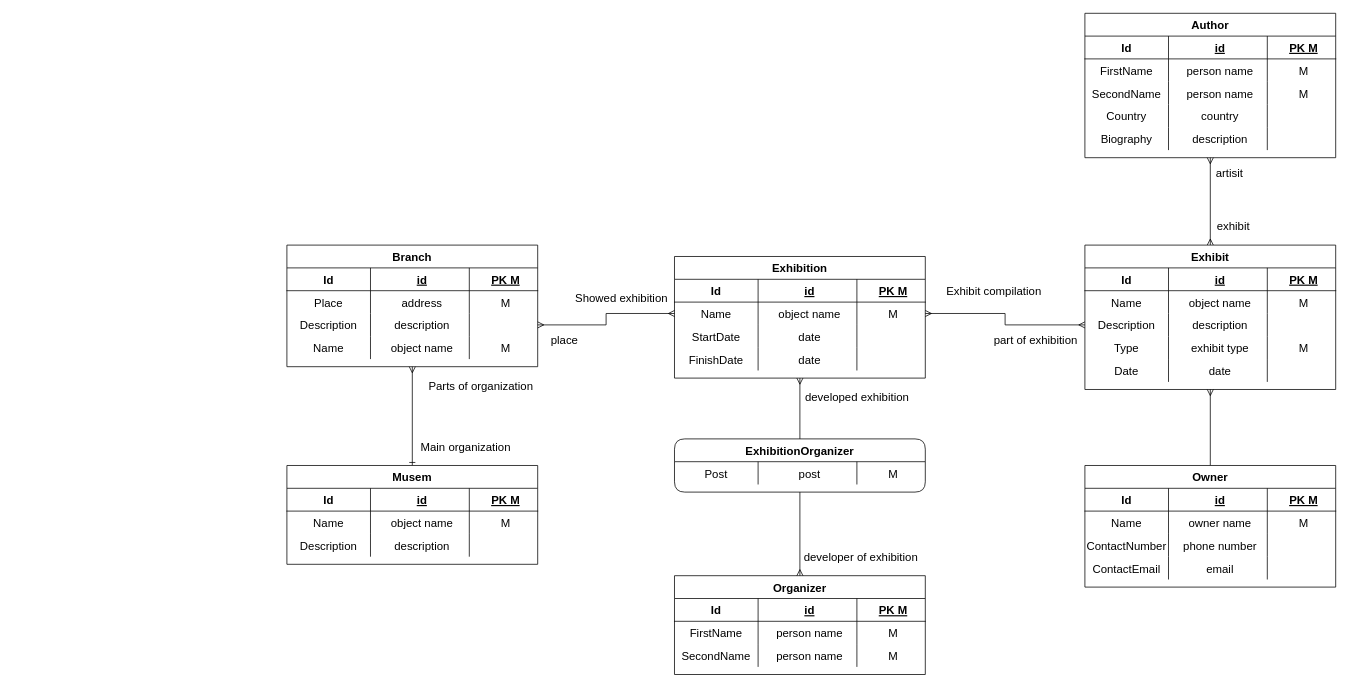
Earlier version of the draw.io diagram Musem.drawio (sergalb/db-musem-project). Source tidied: cells renumbered, new cells numbered last; positions are measured from the earlier drawing's top-left corner, leaving out a move shared by most shapes. Both pictures are drawn from the tidied source at 76%, with x=0, y=0 at pixel (287, 13).
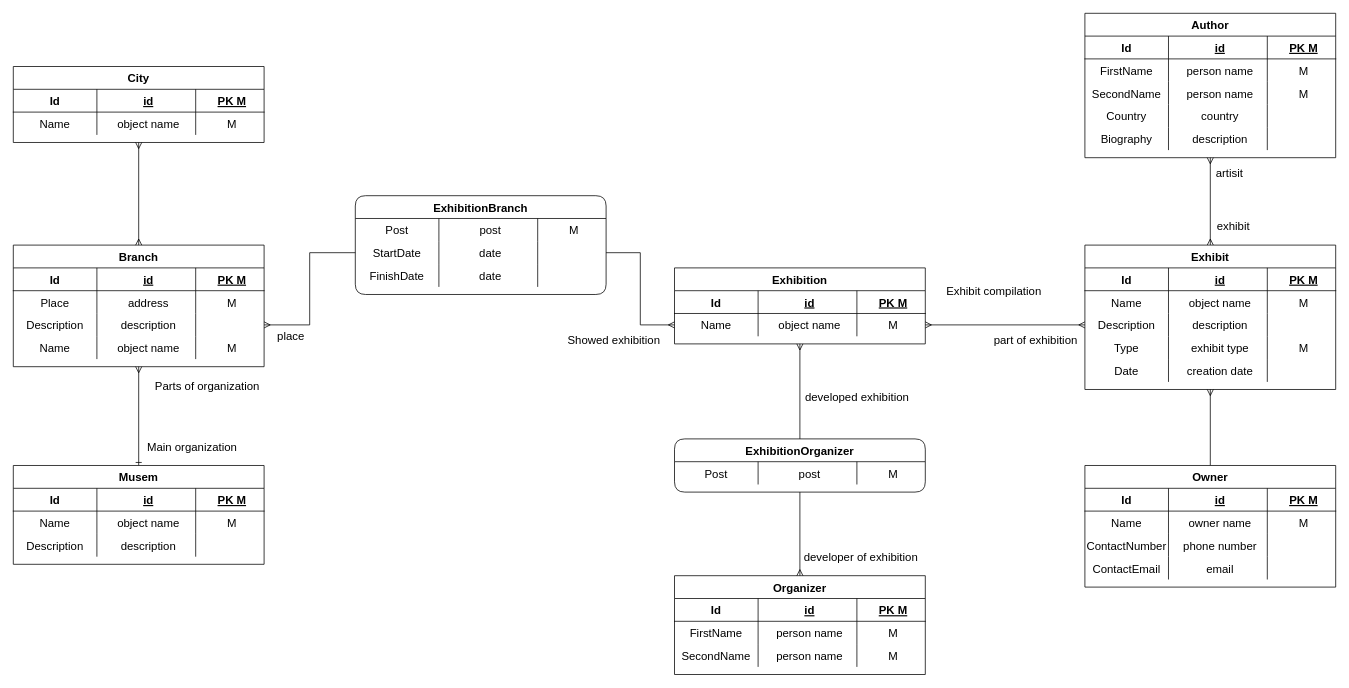
After the change.

The change refers to these unchanged cells:
```xml
<mxCell id="25" style="shape=partialRectangle;fillColor=none;top=0;left=0;bottom=0;right=0;points=[[0,0.5],[1,0.5]];portConstraint=eastwest;align=center;fontSize=15;" parent="16" vertex="1">
  <mxGeometry y="90" width="330" height="30" as="geometry" />
</mxCell>
<mxCell id="51" style="shape=partialRectangle;fillColor=none;top=0;left=0;bottom=0;right=0;align=center;fontSize=15;" parent="34" vertex="1">
  <mxGeometry y="150" width="330" height="30" as="geometry" />
</mxCell>
<mxCell id="94" style="shape=partialRectangle;fillColor=none;top=0;left=0;bottom=0;right=0;points=[[0,0.5],[1,0.5]];portConstraint=eastwest;align=center;fontSize=15;" parent="89" vertex="1">
  <mxGeometry y="60" width="330" height="30" as="geometry" />
</mxCell>
```

Diff of the diagram source:
```diff
@@
     <mxCell id="3" value="Musem" style="shape=table;startSize=30;childLayout=tableLayout;rowLines=0;fontStyle=1;align=center;fontSize=15;" parent="1" vertex="1">
-      <mxGeometry y="595" width="330" height="130" as="geometry" />
+      <mxGeometry x="-360" y="595" width="330" height="130" as="geometry" />
     </mxCell>
@@
     <mxCell id="16" value="Branch" style="shape=table;startSize=30;childLayout=tableLayout;rowLines=0;fontStyle=1;align=center;fontSize=15;" parent="1" vertex="1">
-      <mxGeometry y="305" width="330" height="160" as="geometry" />
+      <mxGeometry x="-360" y="305" width="330" height="160" as="geometry" />
     </mxCell>
@@
-    <mxCell id="53" value="date" style="shape=partialRectangle;fillColor=none;top=0;left=0;bottom=0;right=0;align=center;spacingLeft=6;overflow=hidden;fontSize=15;" parent="51" vertex="1">
+    <mxCell id="53" value="creation date" style="shape=partialRectangle;fillColor=none;top=0;left=0;bottom=0;right=0;align=center;spacingLeft=6;overflow=hidden;fontSize=15;" parent="51" vertex="1">
       <mxGeometry x="110" width="130" height="30" as="geometry" />
     </mxCell>
@@
     <mxCell id="89" value="Exhibition" style="shape=table;startSize=30;childLayout=tableLayout;rowLines=0;fontStyle=1;align=center;fontSize=15;" parent="1" vertex="1">
-      <mxGeometry x="510" y="320" width="330" height="160" as="geometry" />
+      <mxGeometry x="510" y="335" width="330" height="100" as="geometry" />
     </mxCell>
@@
-    <mxCell id="98" style="shape=partialRectangle;fillColor=none;top=0;left=0;bottom=0;right=0;align=center;fontSize=15;" parent="89" vertex="1">
-      <mxGeometry y="90" width="330" height="30" as="geometry" />
-    </mxCell>
-    <mxCell id="99" value="StartDate" style="shape=partialRectangle;fillColor=none;top=0;left=0;bottom=0;right=0;overflow=hidden;align=center;fontSize=15;" parent="98" vertex="1">
-      <mxGeometry width="110" height="30" as="geometry" />
-    </mxCell>
-    <mxCell id="100" value="date" style="shape=partialRectangle;fillColor=none;top=0;left=0;bottom=0;right=0;align=center;spacingLeft=6;overflow=hidden;fontSize=15;" parent="98" vertex="1">
-      <mxGeometry x="110" width="130" height="30" as="geometry" />
-    </mxCell>
-    <mxCell id="101" style="shape=partialRectangle;fillColor=none;top=0;left=0;bottom=0;right=0;align=center;spacingLeft=6;overflow=hidden;fontSize=15;" parent="98" vertex="1">
-      <mxGeometry x="240" width="90" height="30" as="geometry" />
-    </mxCell>
-    <mxCell id="102" style="shape=partialRectangle;fillColor=none;top=0;left=0;bottom=0;right=0;align=center;fontSize=15;" parent="89" vertex="1">
-      <mxGeometry y="120" width="330" height="30" as="geometry" />
-    </mxCell>
-    <mxCell id="103" value="FinishDate" style="shape=partialRectangle;fillColor=none;top=0;left=0;bottom=0;right=0;overflow=hidden;align=center;fontSize=15;" parent="102" vertex="1">
-      <mxGeometry width="110" height="30" as="geometry" />
-    </mxCell>
-    <mxCell id="104" value="date" style="shape=partialRectangle;fillColor=none;top=0;left=0;bottom=0;right=0;align=center;spacingLeft=6;overflow=hidden;fontSize=15;" parent="102" vertex="1">
-      <mxGeometry x="110" width="130" height="30" as="geometry" />
-    </mxCell>
-    <mxCell id="105" style="shape=partialRectangle;fillColor=none;top=0;left=0;bottom=0;right=0;align=center;spacingLeft=6;overflow=hidden;fontSize=15;" parent="102" vertex="1">
-      <mxGeometry x="240" width="90" height="30" as="geometry" />
-    </mxCell>
@@
     <mxCell id="107" value="Main organization" style="text;html=1;align=center;verticalAlign=middle;fillColor=none;strokeColor=none;rounded=0;fontSize=15;" parent="1" vertex="1">
-      <mxGeometry x="170" y="560" width="130" height="20" as="geometry" />
+      <mxGeometry x="-190" y="560" width="130" height="20" as="geometry" />
     </mxCell>
     <mxCell id="108" value="Parts of organization" style="text;html=1;align=center;verticalAlign=middle;fillColor=none;strokeColor=none;rounded=0;fontSize=15;" parent="1" vertex="1">
-      <mxGeometry x="180" y="480" width="150" height="20" as="geometry" />
+      <mxGeometry x="-180" y="480" width="150" height="20" as="geometry" />
     </mxCell>
     <mxCell id="109" value="place" style="text;html=1;align=center;verticalAlign=middle;fillColor=none;strokeColor=none;rounded=0;fontSize=15;" parent="1" vertex="1">
-      <mxGeometry x="340" y="420" width="50" height="20" as="geometry" />
+      <mxGeometry x="-20" y="415" width="50" height="20" as="geometry" />
     </mxCell>
     <mxCell id="110" value="&lt;font style=&quot;font-size: 15px;&quot;&gt;Showed exhibition&lt;/font&gt;" style="text;html=1;align=center;verticalAlign=middle;fillColor=none;strokeColor=none;rounded=0;fontSize=15;" parent="1" vertex="1">
-      <mxGeometry x="370" y="365" width="140" height="20" as="geometry" />
+      <mxGeometry x="360" y="420" width="140" height="20" as="geometry" />
     </mxCell>
@@
-    <mxCell id="142" style="edgeStyle=orthogonalEdgeStyle;rounded=0;jettySize=auto;html=1;exitX=1;exitY=0.5;exitDx=0;exitDy=0;entryX=0;entryY=0.5;entryDx=0;entryDy=0;startArrow=ERmany;startFill=0;endArrow=ERmany;endFill=0;fontSize=15;" parent="1" edge="1" source="25" target="94">
-      <mxGeometry relative="1" as="geometry" />
-    </mxCell>
+    <mxCell id="143" value="ExhibitionBranch" style="shape=table;startSize=30;childLayout=tableLayout;rowLines=0;fontStyle=1;align=center;rounded=1;fontSize=15;" parent="1" vertex="1">
+      <mxGeometry x="90" y="240" width="330" height="130" as="geometry" />
+    </mxCell>
+    <mxCell id="144" style="shape=partialRectangle;fillColor=none;top=0;left=0;bottom=0;right=0;align=center;fontSize=15;" parent="143" vertex="1">
+      <mxGeometry y="30" width="330" height="30" as="geometry" />
+    </mxCell>
+    <mxCell id="145" value="Post" style="shape=partialRectangle;fillColor=none;top=0;left=0;bottom=0;right=0;overflow=hidden;align=center;fontSize=15;" parent="144" vertex="1">
+      <mxGeometry width="110" height="30" as="geometry" />
+    </mxCell>
+    <mxCell id="146" value="post" style="shape=partialRectangle;fillColor=none;top=0;left=0;bottom=0;right=0;align=center;spacingLeft=6;overflow=hidden;fontSize=15;" parent="144" vertex="1">
+      <mxGeometry x="110" width="130" height="30" as="geometry" />
+    </mxCell>
+    <mxCell id="147" value="M" style="shape=partialRectangle;fillColor=none;top=0;left=0;bottom=0;right=0;align=center;spacingLeft=6;overflow=hidden;fontSize=15;" parent="144" vertex="1">
+      <mxGeometry x="240" width="90" height="30" as="geometry" />
+    </mxCell>
+    <mxCell id="148" style="shape=partialRectangle;fillColor=none;top=0;left=0;bottom=0;right=0;points=[[0,0.5],[1,0.5]];portConstraint=eastwest;align=center;fontSize=15;" parent="143" vertex="1">
+      <mxGeometry y="60" width="330" height="30" as="geometry" />
+    </mxCell>
+    <mxCell id="99" value="StartDate" style="shape=partialRectangle;fillColor=none;top=0;left=0;bottom=0;right=0;overflow=hidden;align=center;fontSize=15;" parent="148" vertex="1">
+      <mxGeometry width="110" height="30" as="geometry" />
+    </mxCell>
+    <mxCell id="149" value="date" style="shape=partialRectangle;fillColor=none;top=0;left=0;bottom=0;right=0;align=center;spacingLeft=6;overflow=hidden;fontSize=15;" parent="148" vertex="1">
+      <mxGeometry x="110" width="130" height="30" as="geometry" />
+    </mxCell>
+    <mxCell id="150" style="shape=partialRectangle;fillColor=none;top=0;left=0;bottom=0;right=0;align=center;spacingLeft=6;overflow=hidden;fontSize=15;" parent="148" vertex="1">
+      <mxGeometry x="240" width="90" height="30" as="geometry" />
+    </mxCell>
+    <mxCell id="98" style="shape=partialRectangle;fillColor=none;top=0;left=0;bottom=0;right=0;align=center;fontSize=15;" parent="143" vertex="1">
+      <mxGeometry y="90" width="330" height="30" as="geometry" />
+    </mxCell>
+    <mxCell id="103" value="FinishDate" style="shape=partialRectangle;fillColor=none;top=0;left=0;bottom=0;right=0;overflow=hidden;align=center;fontSize=15;" parent="98" vertex="1">
+      <mxGeometry width="110" height="30" as="geometry" />
+    </mxCell>
+    <mxCell id="151" value="date" style="shape=partialRectangle;fillColor=none;top=0;left=0;bottom=0;right=0;align=center;spacingLeft=6;overflow=hidden;fontSize=15;" parent="98" vertex="1">
+      <mxGeometry x="110" width="130" height="30" as="geometry" />
+    </mxCell>
+    <mxCell id="152" style="shape=partialRectangle;fillColor=none;top=0;left=0;bottom=0;right=0;align=center;spacingLeft=6;overflow=hidden;fontSize=15;" parent="98" vertex="1">
+      <mxGeometry x="240" width="90" height="30" as="geometry" />
+    </mxCell>
+    <mxCell id="153" style="edgeStyle=orthogonalEdgeStyle;rounded=0;jettySize=auto;html=1;exitX=0;exitY=0.5;exitDx=0;exitDy=0;entryX=1;entryY=0.5;entryDx=0;entryDy=0;fontSize=15;endArrow=ERmany;endFill=0;" parent="1" edge="1" source="148" target="25">
+      <mxGeometry relative="1" as="geometry" />
+    </mxCell>
+    <mxCell id="154" style="edgeStyle=orthogonalEdgeStyle;rounded=0;jettySize=auto;html=1;exitX=1;exitY=0.5;exitDx=0;exitDy=0;entryX=0;entryY=0.5;entryDx=0;entryDy=0;fontSize=15;endArrow=ERmany;endFill=0;" parent="1" edge="1" source="148" target="94">
+      <mxGeometry relative="1" as="geometry" />
+    </mxCell>
+    <mxCell id="155" style="edgeStyle=orthogonalEdgeStyle;rounded=0;jettySize=auto;html=1;exitX=0.5;exitY=1;exitDx=0;exitDy=0;entryX=0.5;entryY=0;entryDx=0;entryDy=0;startArrow=ERmany;startFill=0;endArrow=ERmany;endFill=0;fontSize=15;" parent="1" edge="1" source="156" target="16">
+      <mxGeometry relative="1" as="geometry" />
+    </mxCell>
+    <mxCell id="156" value="City" style="shape=table;startSize=30;childLayout=tableLayout;rowLines=0;fontStyle=1;align=center;fontSize=15;" parent="1" vertex="1">
+      <mxGeometry x="-360" y="70" width="330" height="100" as="geometry" />
+    </mxCell>
+    <mxCell id="157" style="shape=partialRectangle;fillColor=none;top=0;left=0;bottom=1;right=0;align=center;fontSize=15;" parent="156" vertex="1">
+      <mxGeometry y="30" width="330" height="30" as="geometry" />
+    </mxCell>
+    <mxCell id="158" value="Id" style="shape=partialRectangle;fillColor=none;top=0;left=0;bottom=0;right=0;fontStyle=1;overflow=hidden;align=center;fontSize=15;" parent="157" vertex="1">
+      <mxGeometry width="110" height="30" as="geometry" />
+    </mxCell>
+    <mxCell id="159" value="id" style="shape=partialRectangle;fillColor=none;top=0;left=0;bottom=0;right=0;align=center;spacingLeft=6;fontStyle=5;overflow=hidden;fontSize=15;" parent="157" vertex="1">
+      <mxGeometry x="110" width="130" height="30" as="geometry" />
+    </mxCell>
+    <mxCell id="160" value="PK M" style="shape=partialRectangle;fillColor=none;top=0;left=0;bottom=0;right=0;align=center;spacingLeft=6;fontStyle=5;overflow=hidden;fontSize=15;" parent="157" vertex="1">
+      <mxGeometry x="240" width="90" height="30" as="geometry" />
+    </mxCell>
+    <mxCell id="161" style="shape=partialRectangle;fillColor=none;top=0;left=0;bottom=0;right=0;align=center;fontSize=15;" parent="156" vertex="1">
+      <mxGeometry y="60" width="330" height="30" as="geometry" />
+    </mxCell>
+    <mxCell id="162" value="Name" style="shape=partialRectangle;fillColor=none;top=0;left=0;bottom=0;right=0;overflow=hidden;align=center;fontSize=15;" parent="161" vertex="1">
+      <mxGeometry width="110" height="30" as="geometry" />
+    </mxCell>
+    <mxCell id="163" value="object name" style="shape=partialRectangle;fillColor=none;top=0;left=0;bottom=0;right=0;align=center;spacingLeft=6;overflow=hidden;fontSize=15;" parent="161" vertex="1">
+      <mxGeometry x="110" width="130" height="30" as="geometry" />
+    </mxCell>
+    <mxCell id="164" value="M" style="shape=partialRectangle;fillColor=none;top=0;left=0;bottom=0;right=0;align=center;spacingLeft=6;overflow=hidden;fontSize=15;" parent="161" vertex="1">
+      <mxGeometry x="240" width="90" height="30" as="geometry" />
+    </mxCell>
```
